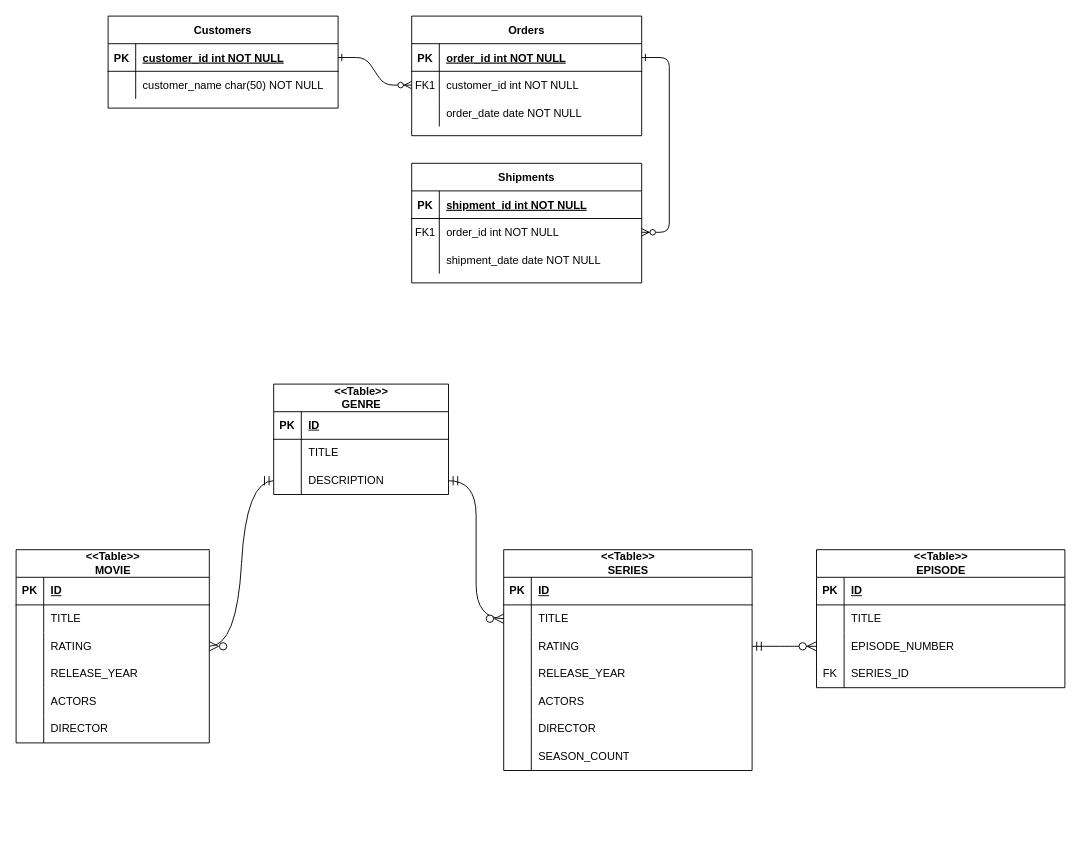
KevinGarrison/DataEngineeringProjects keeps this draw.io diagram as draw_io/oo_inheritance.drawio. Above is the earlier version. Source tidied: cells renumbered, new cells numbered last; positions are measured from the earlier drawing's top-left corner, leaving out a move shared by most shapes. Both pictures are drawn from the tidied source at 92%, with x=0, y=0 at pixel (16, 16).
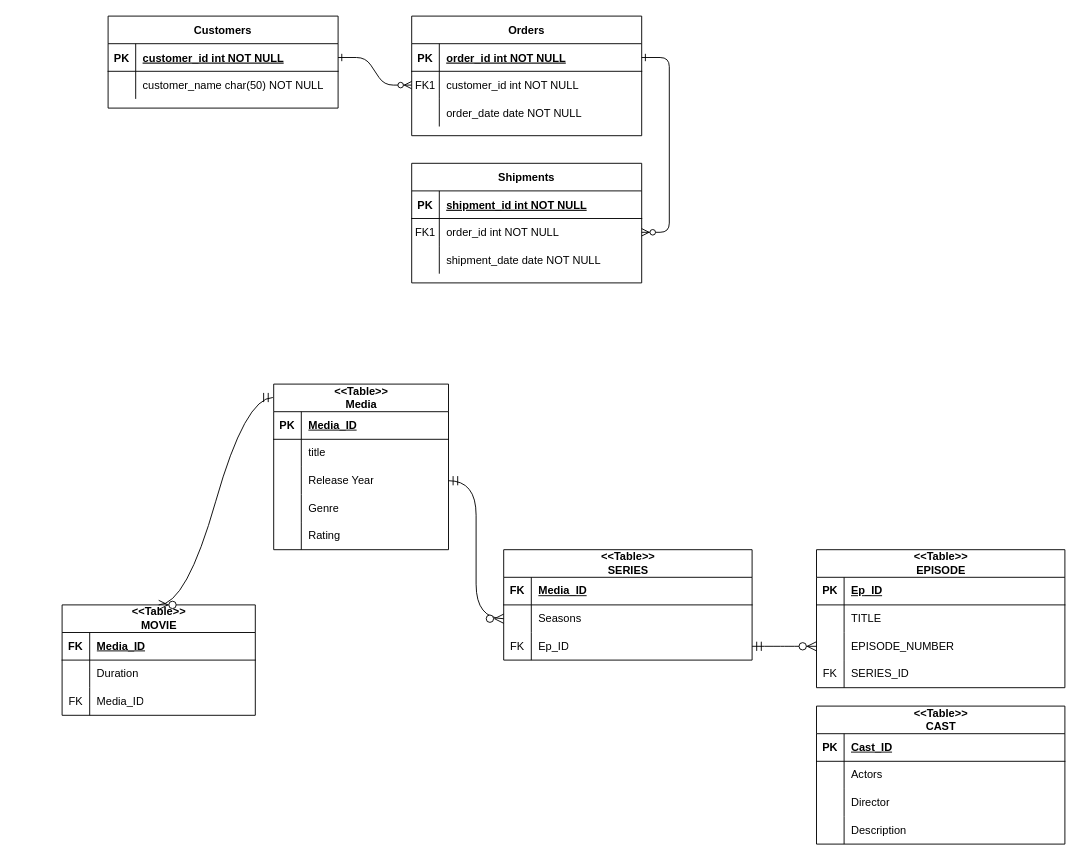
The same page after the edit.

The change refers to these unchanged cells:
```xml
<mxCell id="32" style="shape=tableRow;horizontal=0;startSize=0;swimlaneHead=0;swimlaneBody=0;fillColor=none;top=0;left=0;right=0;bottom=1;" parent="31" vertex="1">
  <mxGeometry y="30" width="190" height="30" as="geometry" />
</mxCell>
<mxCell id="35" style="shape=tableRow;horizontal=0;startSize=0;swimlaneHead=0;swimlaneBody=0;fillColor=none;top=0;left=0;right=0;bottom=0;" parent="31" vertex="1">
  <mxGeometry y="60" width="190" height="30" as="geometry" />
</mxCell>
<mxCell id="38" style="shape=tableRow;horizontal=0;startSize=0;swimlaneHead=0;swimlaneBody=0;fillColor=none;points=[[0,0.5],[1,0.5]];portConstraint=eastwest;top=0;left=0;right=0;bottom=0;" parent="31" vertex="1">
  <mxGeometry y="90" width="190" height="30" as="geometry" />
</mxCell>
<mxCell id="42" style="shape=tableRow;horizontal=0;startSize=0;swimlaneHead=0;swimlaneBody=0;fillColor=none;top=0;left=0;right=0;bottom=1;" parent="41" vertex="1">
  <mxGeometry y="30" width="210" height="30" as="geometry" />
</mxCell>
<mxCell id="45" style="shape=tableRow;horizontal=0;startSize=0;swimlaneHead=0;swimlaneBody=0;fillColor=none;top=0;left=0;right=0;bottom=0;" parent="41" vertex="1">
  <mxGeometry y="60" width="210" height="30" as="geometry" />
</mxCell>
<mxCell id="48" style="shape=tableRow;horizontal=0;startSize=0;swimlaneHead=0;swimlaneBody=0;fillColor=none;points=[[0,0.5],[1,0.5]];portConstraint=eastwest;top=0;left=0;right=0;bottom=0;" parent="41" vertex="1">
  <mxGeometry y="90" width="210" height="30" as="geometry" />
</mxCell>
<mxCell id="61" style="shape=tableRow;horizontal=0;startSize=0;swimlaneHead=0;swimlaneBody=0;fillColor=none;top=0;left=0;right=0;bottom=1;" parent="60" vertex="1">
  <mxGeometry y="30" width="270" height="30" as="geometry" />
</mxCell>
<mxCell id="64" style="shape=tableRow;horizontal=0;startSize=0;swimlaneHead=0;swimlaneBody=0;fillColor=none;points=[[0,0.5],[1,0.5]];portConstraint=eastwest;top=0;left=0;right=0;bottom=0;" parent="60" vertex="1">
  <mxGeometry y="60" width="270" height="30" as="geometry" />
</mxCell>
<mxCell id="83" style="shape=tableRow;horizontal=0;startSize=0;swimlaneHead=0;swimlaneBody=0;fillColor=none;top=0;left=0;right=0;bottom=1;" parent="82" vertex="1">
  <mxGeometry y="30" width="270" height="30" as="geometry" />
</mxCell>
<mxCell id="89" style="shape=tableRow;horizontal=0;startSize=0;swimlaneHead=0;swimlaneBody=0;fillColor=none;points=[[0,0.5],[1,0.5]];portConstraint=eastwest;top=0;left=0;right=0;bottom=0;" parent="82" vertex="1">
  <mxGeometry y="90" width="270" height="30" as="geometry" />
</mxCell>
```

What changed in the source:
```diff
@@
-    <mxCell id="31" value="&amp;lt;&amp;lt;Table&amp;gt;&amp;gt;&lt;div&gt;GENRE&lt;/div&gt;" style="shape=table;startSize=30;childLayout=tableLayout;rowLines=0;fontStyle=1;align=center;html=1;" parent="1" vertex="1">
-      <mxGeometry x="280" y="400" width="190" height="120" as="geometry" />
+    <mxCell id="31" value="&amp;lt;&amp;lt;Table&amp;gt;&amp;gt;&lt;div&gt;Media&lt;/div&gt;" style="shape=table;startSize=30;childLayout=tableLayout;rowLines=0;fontStyle=1;align=center;html=1;" parent="1" vertex="1">
+      <mxGeometry x="280" y="400" width="190" height="180" as="geometry" />
     </mxCell>
@@
-    <mxCell id="34" value="ID" style="shape=partialRectangle;fillColor=none;top=0;left=0;bottom=0;right=0;align=left;spacingLeft=6;fontStyle=5;overflow=hidden;whiteSpace=wrap;html=1;" parent="32" vertex="1">
+    <mxCell id="34" value="Media_ID" style="shape=partialRectangle;fillColor=none;top=0;left=0;bottom=0;right=0;align=left;spacingLeft=6;fontStyle=5;overflow=hidden;whiteSpace=wrap;html=1;" parent="32" vertex="1">
       <mxGeometry x="30" width="160" height="30" as="geometry" />
     </mxCell>
@@
-    <mxCell id="37" value="TITLE" style="shape=partialRectangle;fillColor=none;top=0;left=0;bottom=0;right=0;align=left;spacingLeft=6;overflow=hidden;whiteSpace=wrap;html=1;" parent="35" vertex="1">
+    <mxCell id="37" value="title" style="shape=partialRectangle;fillColor=none;top=0;left=0;bottom=0;right=0;align=left;spacingLeft=6;overflow=hidden;whiteSpace=wrap;html=1;" parent="35" vertex="1">
       <mxGeometry x="30" width="160" height="30" as="geometry" />
     </mxCell>
@@
-    <mxCell id="40" value="DESCRIPTION" style="shape=partialRectangle;fillColor=none;top=0;left=0;bottom=0;right=0;align=left;spacingLeft=6;overflow=hidden;whiteSpace=wrap;html=1;" parent="38" vertex="1">
+    <mxCell id="40" value="Release Year" style="shape=partialRectangle;fillColor=none;top=0;left=0;bottom=0;right=0;align=left;spacingLeft=6;overflow=hidden;whiteSpace=wrap;html=1;" parent="38" vertex="1">
       <mxGeometry x="30" width="160" height="30" as="geometry" />
     </mxCell>
+    <mxCell id="98" style="shape=tableRow;horizontal=0;startSize=0;swimlaneHead=0;swimlaneBody=0;fillColor=none;top=0;left=0;right=0;bottom=0;" parent="31" vertex="1">
+      <mxGeometry y="120" width="190" height="30" as="geometry" />
+    </mxCell>
+    <mxCell id="99" style="shape=partialRectangle;fillColor=none;top=0;left=0;bottom=0;right=0;overflow=hidden;whiteSpace=wrap;html=1;" parent="98" vertex="1">
+      <mxGeometry width="30" height="30" as="geometry" />
+    </mxCell>
+    <mxCell id="100" value="Genre" style="shape=partialRectangle;fillColor=none;top=0;left=0;bottom=0;right=0;align=left;spacingLeft=6;overflow=hidden;whiteSpace=wrap;html=1;" parent="98" vertex="1">
+      <mxGeometry x="30" width="160" height="30" as="geometry" />
+    </mxCell>
+    <mxCell id="101" style="shape=tableRow;horizontal=0;startSize=0;swimlaneHead=0;swimlaneBody=0;fillColor=none;top=0;left=0;right=0;bottom=0;" parent="31" vertex="1">
+      <mxGeometry y="150" width="190" height="30" as="geometry" />
+    </mxCell>
+    <mxCell id="102" style="shape=partialRectangle;fillColor=none;top=0;left=0;bottom=0;right=0;overflow=hidden;whiteSpace=wrap;html=1;" parent="101" vertex="1">
+      <mxGeometry width="30" height="30" as="geometry" />
+    </mxCell>
+    <mxCell id="103" value="Rating" style="shape=partialRectangle;fillColor=none;top=0;left=0;bottom=0;right=0;align=left;spacingLeft=6;overflow=hidden;whiteSpace=wrap;html=1;" parent="101" vertex="1">
+      <mxGeometry x="30" width="160" height="30" as="geometry" />
+    </mxCell>
     <mxCell id="41" value="&amp;lt;&amp;lt;Table&amp;gt;&amp;gt;&lt;div&gt;MOVIE&lt;/div&gt;" style="shape=table;startSize=30;childLayout=tableLayout;rowLines=0;fontStyle=1;align=center;html=1;" parent="1" vertex="1">
-      <mxGeometry y="580" width="210" height="210" as="geometry" />
+      <mxGeometry x="50" y="640" width="210" height="120" as="geometry" />
     </mxCell>
@@
-    <mxCell id="43" value="PK" style="shape=partialRectangle;fillColor=none;top=0;left=0;bottom=0;right=0;fontStyle=1;overflow=hidden;whiteSpace=wrap;html=1;" parent="42" vertex="1">
+    <mxCell id="43" value="FK" style="shape=partialRectangle;fillColor=none;top=0;left=0;bottom=0;right=0;fontStyle=1;overflow=hidden;whiteSpace=wrap;html=1;" parent="42" vertex="1">
       <mxGeometry width="30" height="30" as="geometry" />
     </mxCell>
-    <mxCell id="44" value="ID" style="shape=partialRectangle;fillColor=none;top=0;left=0;bottom=0;right=0;align=left;spacingLeft=6;fontStyle=5;overflow=hidden;whiteSpace=wrap;html=1;" parent="42" vertex="1">
+    <mxCell id="44" value="Media_ID" style="shape=partialRectangle;fillColor=none;top=0;left=0;bottom=0;right=0;align=left;spacingLeft=6;fontStyle=5;overflow=hidden;whiteSpace=wrap;html=1;" parent="42" vertex="1">
       <mxGeometry x="30" width="180" height="30" as="geometry" />
     </mxCell>
@@
-    <mxCell id="47" value="TITLE" style="shape=partialRectangle;fillColor=none;top=0;left=0;bottom=0;right=0;align=left;spacingLeft=6;overflow=hidden;whiteSpace=wrap;html=1;" parent="45" vertex="1">
+    <mxCell id="47" value="Duration" style="shape=partialRectangle;fillColor=none;top=0;left=0;bottom=0;right=0;align=left;spacingLeft=6;overflow=hidden;whiteSpace=wrap;html=1;" parent="45" vertex="1">
       <mxGeometry x="30" width="180" height="30" as="geometry" />
     </mxCell>
@@
-    <mxCell id="49" style="shape=partialRectangle;fillColor=none;top=0;left=0;bottom=0;right=0;overflow=hidden;whiteSpace=wrap;html=1;" parent="48" vertex="1">
-      <mxGeometry width="30" height="30" as="geometry" />
-    </mxCell>
-    <mxCell id="50" value="RATING" style="shape=partialRectangle;fillColor=none;top=0;left=0;bottom=0;right=0;align=left;spacingLeft=6;overflow=hidden;whiteSpace=wrap;html=1;" parent="48" vertex="1">
-      <mxGeometry x="30" width="180" height="30" as="geometry" />
-    </mxCell>
-    <mxCell id="51" style="shape=tableRow;horizontal=0;startSize=0;swimlaneHead=0;swimlaneBody=0;fillColor=none;top=0;left=0;right=0;bottom=0;" parent="41" vertex="1">
-      <mxGeometry y="120" width="210" height="30" as="geometry" />
-    </mxCell>
-    <mxCell id="52" style="shape=partialRectangle;fillColor=none;top=0;left=0;bottom=0;right=0;overflow=hidden;whiteSpace=wrap;html=1;" parent="51" vertex="1">
-      <mxGeometry width="30" height="30" as="geometry" />
-    </mxCell>
-    <mxCell id="53" value="RELEASE_YEAR" style="shape=partialRectangle;fillColor=none;top=0;left=0;bottom=0;right=0;align=left;spacingLeft=6;overflow=hidden;whiteSpace=wrap;html=1;" parent="51" vertex="1">
-      <mxGeometry x="30" width="180" height="30" as="geometry" />
-    </mxCell>
-    <mxCell id="54" style="shape=tableRow;horizontal=0;startSize=0;swimlaneHead=0;swimlaneBody=0;fillColor=none;top=0;left=0;right=0;bottom=0;" parent="41" vertex="1">
-      <mxGeometry y="150" width="210" height="30" as="geometry" />
-    </mxCell>
-    <mxCell id="55" style="shape=partialRectangle;fillColor=none;top=0;left=0;bottom=0;right=0;overflow=hidden;whiteSpace=wrap;html=1;" parent="54" vertex="1">
-      <mxGeometry width="30" height="30" as="geometry" />
-    </mxCell>
-    <mxCell id="56" value="ACTORS" style="shape=partialRectangle;fillColor=none;top=0;left=0;bottom=0;right=0;align=left;spacingLeft=6;overflow=hidden;whiteSpace=wrap;html=1;" parent="54" vertex="1">
-      <mxGeometry x="30" width="180" height="30" as="geometry" />
-    </mxCell>
-    <mxCell id="57" style="shape=tableRow;horizontal=0;startSize=0;swimlaneHead=0;swimlaneBody=0;fillColor=none;top=0;left=0;right=0;bottom=0;" parent="41" vertex="1">
-      <mxGeometry y="180" width="210" height="30" as="geometry" />
-    </mxCell>
-    <mxCell id="58" style="shape=partialRectangle;fillColor=none;top=0;left=0;bottom=0;right=0;overflow=hidden;whiteSpace=wrap;html=1;" parent="57" vertex="1">
-      <mxGeometry width="30" height="30" as="geometry" />
-    </mxCell>
-    <mxCell id="59" value="DIRECTOR" style="shape=partialRectangle;fillColor=none;top=0;left=0;bottom=0;right=0;align=left;spacingLeft=6;overflow=hidden;whiteSpace=wrap;html=1;" parent="57" vertex="1">
-      <mxGeometry x="30" width="180" height="30" as="geometry" />
-    </mxCell>
+    <mxCell id="104" value="FK" style="shape=partialRectangle;fillColor=none;top=0;left=0;bottom=0;right=0;overflow=hidden;whiteSpace=wrap;html=1;" parent="48" vertex="1">
+      <mxGeometry width="30" height="30" as="geometry" />
+    </mxCell>
+    <mxCell id="105" value="Media_ID" style="shape=partialRectangle;fillColor=none;top=0;left=0;bottom=0;right=0;align=left;spacingLeft=6;overflow=hidden;whiteSpace=wrap;html=1;" parent="48" vertex="1">
+      <mxGeometry x="30" width="180" height="30" as="geometry" />
+    </mxCell>
     <mxCell id="60" value="&amp;lt;&amp;lt;Table&amp;gt;&amp;gt;&lt;div&gt;SERIES&lt;/div&gt;" style="shape=table;startSize=30;childLayout=tableLayout;rowLines=0;fontStyle=1;align=center;html=1;" parent="1" vertex="1">
-      <mxGeometry x="530" y="580" width="270" height="240" as="geometry" />
+      <mxGeometry x="530" y="580" width="270" height="120" as="geometry" />
     </mxCell>
@@
-    <mxCell id="62" value="PK" style="shape=partialRectangle;fillColor=none;top=0;left=0;bottom=0;right=0;fontStyle=1;overflow=hidden;whiteSpace=wrap;html=1;" parent="61" vertex="1">
+    <mxCell id="62" value="FK" style="shape=partialRectangle;fillColor=none;top=0;left=0;bottom=0;right=0;fontStyle=1;overflow=hidden;whiteSpace=wrap;html=1;" parent="61" vertex="1">
       <mxGeometry width="30" height="30" as="geometry" />
     </mxCell>
-    <mxCell id="63" value="ID" style="shape=partialRectangle;fillColor=none;top=0;left=0;bottom=0;right=0;align=left;spacingLeft=6;fontStyle=5;overflow=hidden;whiteSpace=wrap;html=1;" parent="61" vertex="1">
+    <mxCell id="63" value="Media_ID" style="shape=partialRectangle;fillColor=none;top=0;left=0;bottom=0;right=0;align=left;spacingLeft=6;fontStyle=5;overflow=hidden;whiteSpace=wrap;html=1;" parent="61" vertex="1">
       <mxGeometry x="30" width="240" height="30" as="geometry" />
     </mxCell>
@@
-    <mxCell id="66" value="TITLE" style="shape=partialRectangle;fillColor=none;top=0;left=0;bottom=0;right=0;align=left;spacingLeft=6;overflow=hidden;whiteSpace=wrap;html=1;" parent="64" vertex="1">
+    <mxCell id="66" value="Seasons" style="shape=partialRectangle;fillColor=none;top=0;left=0;bottom=0;right=0;align=left;spacingLeft=6;overflow=hidden;whiteSpace=wrap;html=1;" parent="64" vertex="1">
       <mxGeometry x="30" width="240" height="30" as="geometry" />
     </mxCell>
-    <mxCell id="67" style="shape=tableRow;horizontal=0;startSize=0;swimlaneHead=0;swimlaneBody=0;fillColor=none;points=[[0,0.5],[1,0.5]];portConstraint=eastwest;top=0;left=0;right=0;bottom=0;" parent="60" vertex="1">
-      <mxGeometry y="90" width="270" height="30" as="geometry" />
-    </mxCell>
-    <mxCell id="68" style="shape=partialRectangle;fillColor=none;top=0;left=0;bottom=0;right=0;overflow=hidden;whiteSpace=wrap;html=1;" parent="67" vertex="1">
-      <mxGeometry width="30" height="30" as="geometry" />
-    </mxCell>
-    <mxCell id="69" value="RATING" style="shape=partialRectangle;fillColor=none;top=0;left=0;bottom=0;right=0;align=left;spacingLeft=6;overflow=hidden;whiteSpace=wrap;html=1;" parent="67" vertex="1">
-      <mxGeometry x="30" width="240" height="30" as="geometry" />
-    </mxCell>
-    <mxCell id="70" style="shape=tableRow;horizontal=0;startSize=0;swimlaneHead=0;swimlaneBody=0;fillColor=none;top=0;left=0;right=0;bottom=0;" parent="60" vertex="1">
-      <mxGeometry y="120" width="270" height="30" as="geometry" />
-    </mxCell>
-    <mxCell id="71" style="shape=partialRectangle;fillColor=none;top=0;left=0;bottom=0;right=0;overflow=hidden;whiteSpace=wrap;html=1;" parent="70" vertex="1">
-      <mxGeometry width="30" height="30" as="geometry" />
-    </mxCell>
-    <mxCell id="72" value="RELEASE_YEAR" style="shape=partialRectangle;fillColor=none;top=0;left=0;bottom=0;right=0;align=left;spacingLeft=6;overflow=hidden;whiteSpace=wrap;html=1;" parent="70" vertex="1">
-      <mxGeometry x="30" width="240" height="30" as="geometry" />
-    </mxCell>
-    <mxCell id="73" style="shape=tableRow;horizontal=0;startSize=0;swimlaneHead=0;swimlaneBody=0;fillColor=none;top=0;left=0;right=0;bottom=0;" parent="60" vertex="1">
-      <mxGeometry y="150" width="270" height="30" as="geometry" />
-    </mxCell>
-    <mxCell id="74" style="shape=partialRectangle;fillColor=none;top=0;left=0;bottom=0;right=0;overflow=hidden;whiteSpace=wrap;html=1;" parent="73" vertex="1">
-      <mxGeometry width="30" height="30" as="geometry" />
-    </mxCell>
-    <mxCell id="75" value="ACTORS" style="shape=partialRectangle;fillColor=none;top=0;left=0;bottom=0;right=0;align=left;spacingLeft=6;overflow=hidden;whiteSpace=wrap;html=1;" parent="73" vertex="1">
-      <mxGeometry x="30" width="240" height="30" as="geometry" />
-    </mxCell>
-    <mxCell id="76" style="shape=tableRow;horizontal=0;startSize=0;swimlaneHead=0;swimlaneBody=0;fillColor=none;top=0;left=0;right=0;bottom=0;" parent="60" vertex="1">
-      <mxGeometry y="180" width="270" height="30" as="geometry" />
-    </mxCell>
-    <mxCell id="77" style="shape=partialRectangle;fillColor=none;top=0;left=0;bottom=0;right=0;overflow=hidden;whiteSpace=wrap;html=1;" parent="76" vertex="1">
-      <mxGeometry width="30" height="30" as="geometry" />
-    </mxCell>
-    <mxCell id="78" value="DIRECTOR" style="shape=partialRectangle;fillColor=none;top=0;left=0;bottom=0;right=0;align=left;spacingLeft=6;overflow=hidden;whiteSpace=wrap;html=1;" parent="76" vertex="1">
-      <mxGeometry x="30" width="240" height="30" as="geometry" />
-    </mxCell>
-    <mxCell id="79" style="shape=tableRow;horizontal=0;startSize=0;swimlaneHead=0;swimlaneBody=0;fillColor=none;top=0;left=0;right=0;bottom=0;" parent="60" vertex="1">
-      <mxGeometry y="210" width="270" height="30" as="geometry" />
-    </mxCell>
-    <mxCell id="80" style="shape=partialRectangle;fillColor=none;top=0;left=0;bottom=0;right=0;overflow=hidden;whiteSpace=wrap;html=1;" parent="79" vertex="1">
-      <mxGeometry width="30" height="30" as="geometry" />
-    </mxCell>
-    <mxCell id="81" value="SEASON_COUNT" style="shape=partialRectangle;fillColor=none;top=0;left=0;bottom=0;right=0;align=left;spacingLeft=6;overflow=hidden;whiteSpace=wrap;html=1;" parent="79" vertex="1">
-      <mxGeometry x="30" width="240" height="30" as="geometry" />
-    </mxCell>
+    <mxCell id="106" style="shape=tableRow;horizontal=0;startSize=0;swimlaneHead=0;swimlaneBody=0;fillColor=none;top=0;left=0;right=0;bottom=0;" parent="60" vertex="1">
+      <mxGeometry y="90" width="270" height="30" as="geometry" />
+    </mxCell>
+    <mxCell id="107" value="FK" style="shape=partialRectangle;fillColor=none;top=0;left=0;bottom=0;right=0;overflow=hidden;whiteSpace=wrap;html=1;" parent="106" vertex="1">
+      <mxGeometry width="30" height="30" as="geometry" />
+    </mxCell>
+    <mxCell id="108" value="Ep_ID" style="shape=partialRectangle;fillColor=none;top=0;left=0;bottom=0;right=0;align=left;spacingLeft=6;overflow=hidden;whiteSpace=wrap;html=1;" parent="106" vertex="1">
+      <mxGeometry x="30" width="240" height="30" as="geometry" />
+    </mxCell>
@@
-    <mxCell id="85" value="ID" style="shape=partialRectangle;fillColor=none;top=0;left=0;bottom=0;right=0;align=left;spacingLeft=6;fontStyle=5;overflow=hidden;whiteSpace=wrap;html=1;" parent="83" vertex="1">
+    <mxCell id="85" value="Ep_ID" style="shape=partialRectangle;fillColor=none;top=0;left=0;bottom=0;right=0;align=left;spacingLeft=6;fontStyle=5;overflow=hidden;whiteSpace=wrap;html=1;" parent="83" vertex="1">
       <mxGeometry x="30" width="240" height="30" as="geometry" />
     </mxCell>
@@
-    <mxCell id="95" style="edgeStyle=entityRelationEdgeStyle;fontSize=12;html=1;endArrow=ERzeroToMany;startArrow=ERmandOne;rounded=0;startSize=8;endSize=8;curved=1;exitX=0;exitY=0.5;exitDx=0;exitDy=0;" parent="1" edge="1" source="38" target="48">
+    <mxCell id="95" style="edgeStyle=entityRelationEdgeStyle;fontSize=12;html=1;endArrow=ERzeroToMany;startArrow=ERmandOne;rounded=0;startSize=8;endSize=8;curved=1;exitX=-0.005;exitY=0.081;exitDx=0;exitDy=0;entryX=0.5;entryY=0;entryDx=0;entryDy=0;exitPerimeter=0;" parent="1" edge="1" source="31" target="41">
       <mxGeometry relative="1" as="geometry">
         <Array as="points">
-          <mxPoint x="340" y="590" />
-          <mxPoint x="300" y="550" />
+          <mxPoint x="315" y="565" />
+          <mxPoint x="175" y="535" />
+          <mxPoint x="130" y="585" />
+          <mxPoint x="160" y="515" />
+          <mxPoint x="195" y="525" />
+          <mxPoint x="105" y="475" />
+          <mxPoint x="85" y="445" />
+          <mxPoint x="275" y="525" />
         </Array>
       </mxGeometry>
     </mxCell>
@@
-    <mxCell id="97" style="edgeStyle=entityRelationEdgeStyle;fontSize=12;html=1;endArrow=ERzeroToMany;startArrow=ERmandOne;rounded=0;startSize=8;endSize=8;curved=1;exitX=1;exitY=0.5;exitDx=0;exitDy=0;" parent="1" edge="1" source="67" target="89">
+    <mxCell id="97" style="edgeStyle=entityRelationEdgeStyle;fontSize=12;html=1;endArrow=ERzeroToMany;startArrow=ERmandOne;rounded=0;startSize=8;endSize=8;curved=1;exitX=1;exitY=0.5;exitDx=0;exitDy=0;" parent="1" edge="1" target="89">
       <mxGeometry relative="1" as="geometry">
+        <mxPoint x="800" y="685" as="sourcePoint" />
         <Array as="points">
           <mxPoint x="800" y="650" />
         </Array>
       </mxGeometry>
     </mxCell>
+    <mxCell id="109" value="&amp;lt;&amp;lt;Table&amp;gt;&amp;gt;&lt;div&gt;CAST&lt;/div&gt;" style="shape=table;startSize=30;childLayout=tableLayout;rowLines=0;fontStyle=1;align=center;html=1;" parent="1" vertex="1">
+      <mxGeometry x="870" y="750" width="270" height="150" as="geometry" />
+    </mxCell>
+    <mxCell id="110" style="shape=tableRow;horizontal=0;startSize=0;swimlaneHead=0;swimlaneBody=0;fillColor=none;top=0;left=0;right=0;bottom=1;" parent="109" vertex="1">
+      <mxGeometry y="30" width="270" height="30" as="geometry" />
+    </mxCell>
+    <mxCell id="111" value="PK" style="shape=partialRectangle;fillColor=none;top=0;left=0;bottom=0;right=0;fontStyle=1;overflow=hidden;whiteSpace=wrap;html=1;" parent="110" vertex="1">
+      <mxGeometry width="30" height="30" as="geometry" />
+    </mxCell>
+    <mxCell id="112" value="Cast_ID" style="shape=partialRectangle;fillColor=none;top=0;left=0;bottom=0;right=0;align=left;spacingLeft=6;fontStyle=5;overflow=hidden;whiteSpace=wrap;html=1;" parent="110" vertex="1">
+      <mxGeometry x="30" width="240" height="30" as="geometry" />
+    </mxCell>
+    <mxCell id="113" style="shape=tableRow;horizontal=0;startSize=0;swimlaneHead=0;swimlaneBody=0;fillColor=none;top=0;left=0;right=0;bottom=0;" parent="109" vertex="1">
+      <mxGeometry y="60" width="270" height="30" as="geometry" />
+    </mxCell>
+    <mxCell id="114" style="shape=partialRectangle;fillColor=none;top=0;left=0;bottom=0;right=0;overflow=hidden;whiteSpace=wrap;html=1;" parent="113" vertex="1">
+      <mxGeometry width="30" height="30" as="geometry" />
+    </mxCell>
+    <mxCell id="115" value="Actors" style="shape=partialRectangle;fillColor=none;top=0;left=0;bottom=0;right=0;align=left;spacingLeft=6;overflow=hidden;whiteSpace=wrap;html=1;" parent="113" vertex="1">
+      <mxGeometry x="30" width="240" height="30" as="geometry" />
+    </mxCell>
+    <mxCell id="116" style="shape=tableRow;horizontal=0;startSize=0;swimlaneHead=0;swimlaneBody=0;fillColor=none;top=0;left=0;right=0;bottom=0;" parent="109" vertex="1">
+      <mxGeometry y="90" width="270" height="30" as="geometry" />
+    </mxCell>
+    <mxCell id="117" style="shape=partialRectangle;fillColor=none;top=0;left=0;bottom=0;right=0;overflow=hidden;whiteSpace=wrap;html=1;" parent="116" vertex="1">
+      <mxGeometry width="30" height="30" as="geometry" />
+    </mxCell>
+    <mxCell id="118" value="Director" style="shape=partialRectangle;fillColor=none;top=0;left=0;bottom=0;right=0;align=left;spacingLeft=6;overflow=hidden;whiteSpace=wrap;html=1;" parent="116" vertex="1">
+      <mxGeometry x="30" width="240" height="30" as="geometry" />
+    </mxCell>
+    <mxCell id="70" style="shape=tableRow;horizontal=0;startSize=0;swimlaneHead=0;swimlaneBody=0;fillColor=none;top=0;left=0;right=0;bottom=0;" parent="109" vertex="1">
+      <mxGeometry y="120" width="270" height="30" as="geometry" />
+    </mxCell>
+    <mxCell id="119" style="shape=partialRectangle;fillColor=none;top=0;left=0;bottom=0;right=0;overflow=hidden;whiteSpace=wrap;html=1;" parent="70" vertex="1">
+      <mxGeometry width="30" height="30" as="geometry" />
+    </mxCell>
+    <mxCell id="120" value="Description" style="shape=partialRectangle;fillColor=none;top=0;left=0;bottom=0;right=0;align=left;spacingLeft=6;overflow=hidden;whiteSpace=wrap;html=1;" parent="70" vertex="1">
+      <mxGeometry x="30" width="240" height="30" as="geometry" />
+    </mxCell>
```
